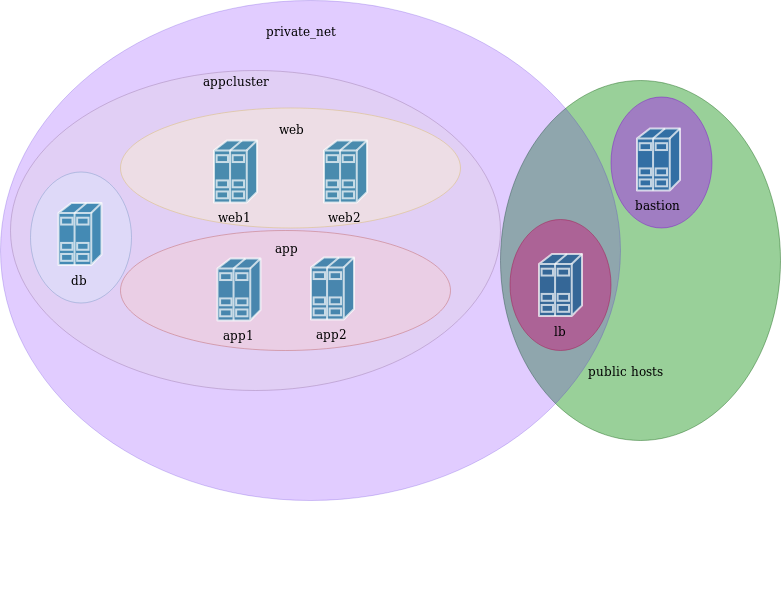
Earlier version of the draw.io export slides/img/cotd-venn.png (heytrav/ansible-workshop-2019). Source tidied: cells renumbered, new cells last; positions are measured from the earlier drawing's top-left corner, leaving out a move shared by most shapes. Its diagram source:
```xml
<mxGraphModel background="#ffffff">
  <root>
    <mxCell id="0" />
    <mxCell id="1" parent="0" />
    <mxCell id="2" style="ellipse;fillColor=#008a00;opacity=40;strokeColor=#005700;html=1;fontColor=#ffffff;" parent="1" vertex="1">
      <mxGeometry x="500" y="80" width="280" height="360" as="geometry" />
    </mxCell>
    <mxCell id="3" style="ellipse;fillColor=#6a00ff;opacity=20;strokeColor=#3700CC;html=1;fontColor=#ffffff;" parent="1" vertex="1">
      <mxGeometry width="620" height="500" as="geometry" />
    </mxCell>
    <mxCell id="4" style="ellipse;fillColor=#d80073;opacity=40;strokeColor=#A50040;html=1;fontColor=#ffffff;" parent="1" vertex="1">
      <mxGeometry x="509.5" y="219" width="101" height="131" as="geometry" />
    </mxCell>
    <mxCell id="5" style="ellipse;fillColor=#aa00ff;opacity=40;strokeColor=#7700CC;html=1;fontColor=#ffffff;" parent="1" vertex="1">
      <mxGeometry x="610.5" y="96.5" width="101" height="131" as="geometry" />
    </mxCell>
    <mxCell id="6" style="ellipse;fillColor=#e1d5e7;opacity=40;strokeColor=#9673a6;html=1;" parent="1" vertex="1">
      <mxGeometry x="10" y="70" width="490" height="320" as="geometry" />
    </mxCell>
    <mxCell id="7" style="ellipse;fillColor=#dae8fc;opacity=40;strokeColor=#6c8ebf;html=1;" parent="1" vertex="1">
      <mxGeometry x="30" y="171.5" width="101" height="131" as="geometry" />
    </mxCell>
    <mxCell id="8" value="Conflict" style="text;align=center;html=1;fontColor=#FFFFFF;fontSize=16;" parent="1" vertex="1">
      <mxGeometry x="639.5" y="572" width="40" height="40" as="geometry" />
    </mxCell>
    <mxCell id="9" style="ellipse;fillColor=#fff2cc;opacity=40;strokeColor=#d6b656;html=1;" parent="1" vertex="1">
      <mxGeometry x="120" y="107.5" width="340" height="120" as="geometry" />
    </mxCell>
    <mxCell id="10" value="web" style="text;html=1;strokeColor=none;fillColor=none;align=center;verticalAlign=middle;whiteSpace=wrap;rounded=0;opacity=40;" parent="1" vertex="1">
      <mxGeometry x="270" y="118" width="40" height="20" as="geometry" />
    </mxCell>
    <mxCell id="11" style="ellipse;fillColor=#f8cecc;opacity=40;strokeColor=#b85450;html=1;" parent="1" vertex="1">
      <mxGeometry x="120" y="230" width="330" height="120" as="geometry" />
    </mxCell>
    <mxCell id="12" value="app" style="text;html=1;strokeColor=none;fillColor=none;align=center;verticalAlign=middle;whiteSpace=wrap;rounded=0;opacity=40;" parent="1" vertex="1">
      <mxGeometry x="265" y="237" width="40" height="20" as="geometry" />
    </mxCell>
    <mxCell id="13" value="web1" style="shape=mxgraph.cisco.servers.standard_host;html=1;dashed=0;fillColor=#036897;strokeColor=#ffffff;strokeWidth=2;verticalLabelPosition=bottom;verticalAlign=top;opacity=70;" parent="1" vertex="1">
      <mxGeometry x="213.5" y="140" width="43" height="62" as="geometry" />
    </mxCell>
    <mxCell id="14" value="web2" style="shape=mxgraph.cisco.servers.standard_host;html=1;dashed=0;fillColor=#036897;strokeColor=#ffffff;strokeWidth=2;verticalLabelPosition=bottom;verticalAlign=top;opacity=70;" parent="1" vertex="1">
      <mxGeometry x="323.5" y="140" width="43" height="62" as="geometry" />
    </mxCell>
    <mxCell id="15" value="app1" style="shape=mxgraph.cisco.servers.standard_host;html=1;dashed=0;fillColor=#036897;strokeColor=#ffffff;strokeWidth=2;verticalLabelPosition=bottom;verticalAlign=top;opacity=70;" parent="1" vertex="1">
      <mxGeometry x="217" y="258" width="43" height="62" as="geometry" />
    </mxCell>
    <mxCell id="16" value="app2" style="shape=mxgraph.cisco.servers.standard_host;html=1;dashed=0;fillColor=#036897;strokeColor=#ffffff;strokeWidth=2;verticalLabelPosition=bottom;verticalAlign=top;opacity=70;" parent="1" vertex="1">
      <mxGeometry x="310.5" y="257" width="43" height="62" as="geometry" />
    </mxCell>
    <mxCell id="17" value="db" style="shape=mxgraph.cisco.servers.standard_host;html=1;dashed=0;fillColor=#036897;strokeColor=#ffffff;strokeWidth=2;verticalLabelPosition=bottom;verticalAlign=top;opacity=70;" parent="1" vertex="1">
      <mxGeometry x="58" y="202.5" width="43" height="62" as="geometry" />
    </mxCell>
    <mxCell id="18" value="bastion" style="shape=mxgraph.cisco.servers.standard_host;html=1;dashed=0;fillColor=#036897;strokeColor=#ffffff;strokeWidth=2;verticalLabelPosition=bottom;verticalAlign=top;opacity=70;" parent="1" vertex="1">
      <mxGeometry x="636.5" y="128" width="43" height="62" as="geometry" />
    </mxCell>
    <mxCell id="19" value="lb" style="shape=mxgraph.cisco.servers.standard_host;html=1;dashed=0;fillColor=#036897;strokeColor=#ffffff;strokeWidth=2;verticalLabelPosition=bottom;verticalAlign=top;opacity=70;" parent="1" vertex="1">
      <mxGeometry x="538.5" y="253.5" width="43" height="62" as="geometry" />
    </mxCell>
    <mxCell id="20" value="appcluster" style="text;html=1;strokeColor=none;fillColor=none;align=center;verticalAlign=middle;whiteSpace=wrap;rounded=0;opacity=70;" parent="1" vertex="1">
      <mxGeometry x="215" y="70" width="40" height="20" as="geometry" />
    </mxCell>
    <mxCell id="21" value="private_net" style="text;html=1;strokeColor=none;fillColor=none;align=center;verticalAlign=middle;whiteSpace=wrap;rounded=0;opacity=20;" parent="1" vertex="1">
      <mxGeometry x="280" y="20" width="40" height="20" as="geometry" />
    </mxCell>
    <mxCell id="22" value="public hosts" style="text;html=1;strokeColor=none;fillColor=none;align=center;verticalAlign=middle;whiteSpace=wrap;rounded=0;opacity=20;" parent="1" vertex="1">
      <mxGeometry x="569.5" y="360" width="110" height="20" as="geometry" />
    </mxCell>
  </root>
</mxGraphModel>
```
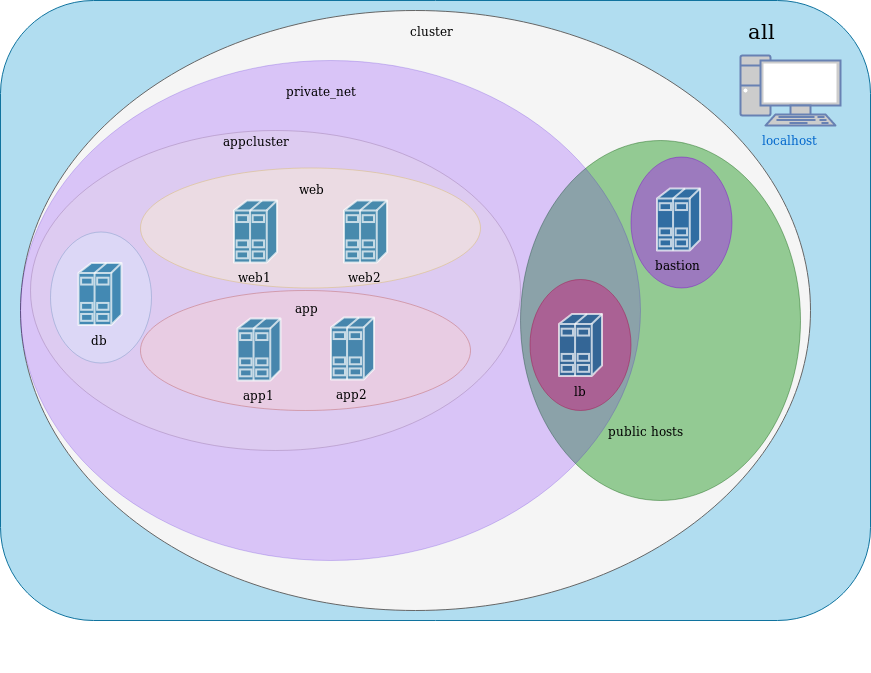
After the change.

Commit message:
update venn diagram; remove unneeded variables from provision

What changed in the source:
```diff
@@ -2,6 +2,12 @@
   <root>
     <mxCell id="0" />
     <mxCell id="1" parent="0" />
+    <mxCell id="23" style="rounded=1;whiteSpace=wrap;html=1;fillColor=#b1ddf0;strokeColor=#10739e;" parent="1" vertex="1">
+      <mxGeometry x="-20" y="-60" width="870" height="620" as="geometry" />
+    </mxCell>
+    <mxCell id="24" style="ellipse;whiteSpace=wrap;html=1;fillColor=#f5f5f5;strokeColor=#666666;fontColor=#333333;" parent="1" vertex="1">
+      <mxGeometry y="-50" width="790" height="600" as="geometry" />
+    </mxCell>
     <mxCell id="2" style="ellipse;fillColor=#008a00;opacity=40;strokeColor=#005700;html=1;fontColor=#ffffff;" parent="1" vertex="1">
       <mxGeometry x="500" y="80" width="280" height="360" as="geometry" />
     </mxCell>
@@ -65,5 +71,14 @@
     <mxCell id="22" value="public hosts" style="text;html=1;strokeColor=none;fillColor=none;align=center;verticalAlign=middle;whiteSpace=wrap;rounded=0;opacity=20;" parent="1" vertex="1">
       <mxGeometry x="569.5" y="360" width="110" height="20" as="geometry" />
     </mxCell>
+    <mxCell id="25" value="cluster" style="text;html=1;strokeColor=none;fillColor=none;align=center;verticalAlign=middle;whiteSpace=wrap;rounded=0;" parent="1" vertex="1">
+      <mxGeometry x="390" y="-40" width="40" height="20" as="geometry" />
+    </mxCell>
+    <mxCell id="26" value="all" style="text;html=1;strokeColor=none;fillColor=none;align=center;verticalAlign=middle;whiteSpace=wrap;rounded=0;fontSize=21;" parent="1" vertex="1">
+      <mxGeometry x="720" y="-40" width="40" height="20" as="geometry" />
+    </mxCell>
+    <mxCell id="27" value="localhost" style="fontColor=#0066CC;verticalAlign=top;verticalLabelPosition=bottom;labelPosition=center;align=center;html=1;fillColor=#CCCCCC;strokeColor=#6881B3;gradientColor=none;gradientDirection=north;strokeWidth=2;shape=mxgraph.networks.pc;" parent="1" vertex="1">
+      <mxGeometry x="720" y="-5" width="100" height="70" as="geometry" />
+    </mxCell>
   </root>
 </mxGraphModel>
```
